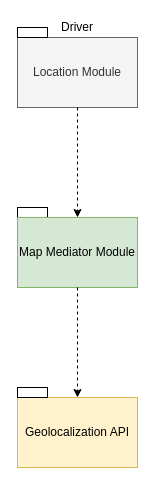
This is Relevant DD information/Test Integration/Map_Mediator_Module_Test.drawio from EtionPinari/PinariRomeoSbrolli, a draw.io file, before an edit. Source tidied: cells renumbered, new cells numbered last; positions are measured from the earlier drawing's top-left corner, leaving out a move shared by most shapes. Both pictures are drawn from the tidied source at 100%, with x=0, y=0 at pixel (17, 17).
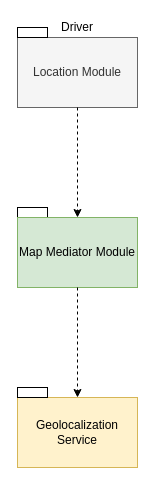
The same page after the edit.

Change to the diagram source:
```diff
@@
 <mxGraphModel>
   <root>
     <mxCell id="0" />
     <mxCell id="1" parent="0" />
     <mxCell id="2" style="group;" parent="1" vertex="1">
       <mxGeometry y="190" width="130" height="80" as="geometry" />
     </mxCell>
     <mxCell id="3" style="rounded=0;whiteSpace=wrap;html=1;" parent="2" vertex="1">
       <mxGeometry width="30" height="10" as="geometry" />
     </mxCell>
     <mxCell id="4" value="Map Mediator Module" style="rounded=0;whiteSpace=wrap;html=1;fillColor=#d5e8d4;strokeColor=#82b366;" parent="2" vertex="1">
       <mxGeometry y="10" width="120" height="70" as="geometry" />
     </mxCell>
     <mxCell id="5" style="group;fillColor=none;" parent="1" vertex="1">
       <mxGeometry y="10" width="120" height="80" as="geometry" />
     </mxCell>
     <mxCell id="6" value="Location Module" style="rounded=0;whiteSpace=wrap;html=1;fillColor=#f5f5f5;strokeColor=#666666;fontColor=#333333;" parent="5" vertex="1">
       <mxGeometry y="10" width="120" height="70" as="geometry" />
     </mxCell>
     <mxCell id="7" style="rounded=0;whiteSpace=wrap;html=1;" parent="5" vertex="1">
       <mxGeometry width="30" height="10" as="geometry" />
     </mxCell>
     <mxCell id="8" value="Driver" style="text;html=1;strokeColor=none;fillColor=none;align=center;verticalAlign=middle;whiteSpace=wrap;rounded=0;" parent="1" vertex="1">
       <mxGeometry x="40" width="40" height="20" as="geometry" />
     </mxCell>
     <mxCell id="9" style="endArrow=classic;html=1;dashed=1;exitX=0.5;exitY=1;exitDx=0;exitDy=0;entryX=0.5;entryY=0;entryDx=0;entryDy=0;" parent="1" edge="1" source="6" target="4">
       <mxGeometry relative="1" as="geometry" />
     </mxCell>
     <mxCell id="10" style="group;fillColor=none;" parent="1" vertex="1">
       <mxGeometry y="370" width="120" height="80" as="geometry" />
     </mxCell>
-    <mxCell id="11" value="Geolocalization API" style="rounded=0;whiteSpace=wrap;html=1;fillColor=#fff2cc;strokeColor=#d6b656;" parent="10" vertex="1">
+    <mxCell id="11" value="Geolocalization Service" style="rounded=0;whiteSpace=wrap;html=1;fillColor=#fff2cc;strokeColor=#d6b656;" parent="10" vertex="1">
       <mxGeometry y="10" width="120" height="70" as="geometry" />
     </mxCell>
     <mxCell id="12" style="rounded=0;whiteSpace=wrap;html=1;" parent="10" vertex="1">
       <mxGeometry width="30" height="10" as="geometry" />
     </mxCell>
     <mxCell id="13" style="endArrow=classic;html=1;dashed=1;exitX=0.5;exitY=1;exitDx=0;exitDy=0;entryX=0.5;entryY=0;entryDx=0;entryDy=0;" parent="1" edge="1" source="4" target="11">
       <mxGeometry relative="1" as="geometry" />
     </mxCell>
   </root>
 </mxGraphModel>
```
